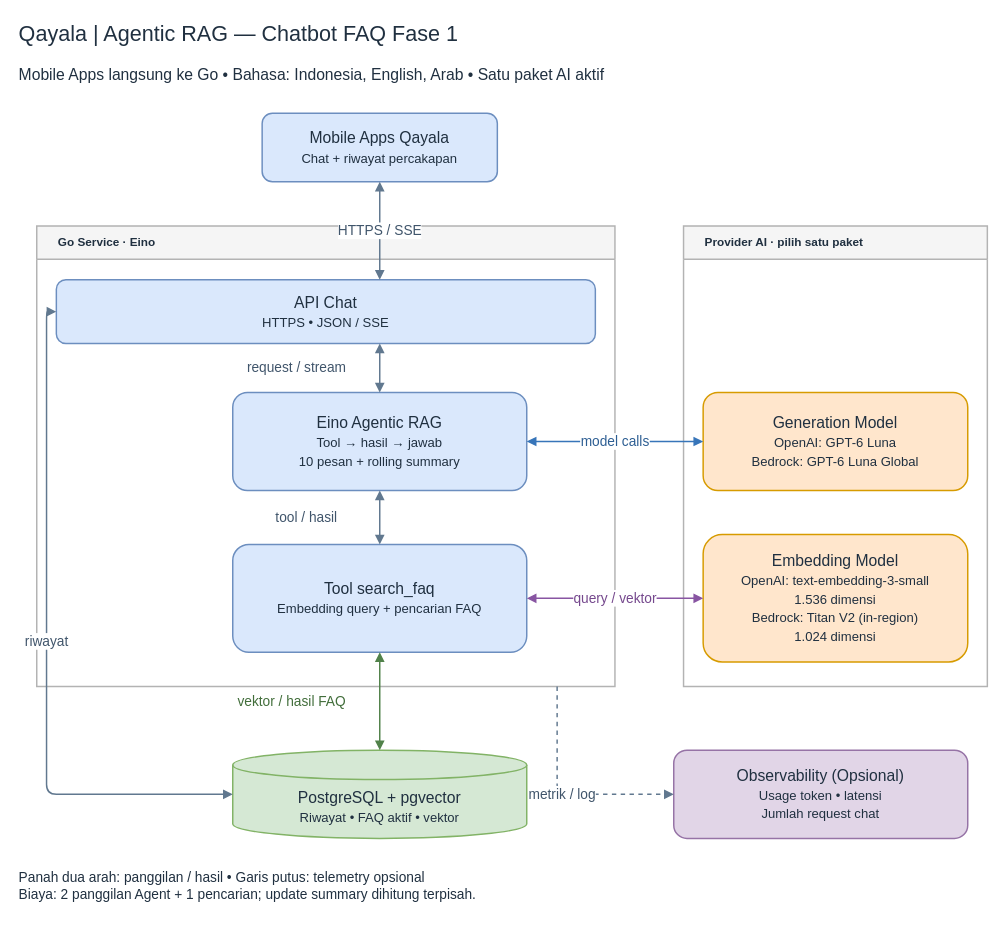
Earlier version of the draw.io diagram docs/qayala/architecture.drawio (adityapnusantara/fantastic). Source tidied: cells renumbered, new cells numbered last; positions are measured from the earlier drawing's top-left corner, leaving out a move shared by most shapes. Both pictures are drawn from the tidied source at 98%, with x=0, y=0 at pixel (17, 17).
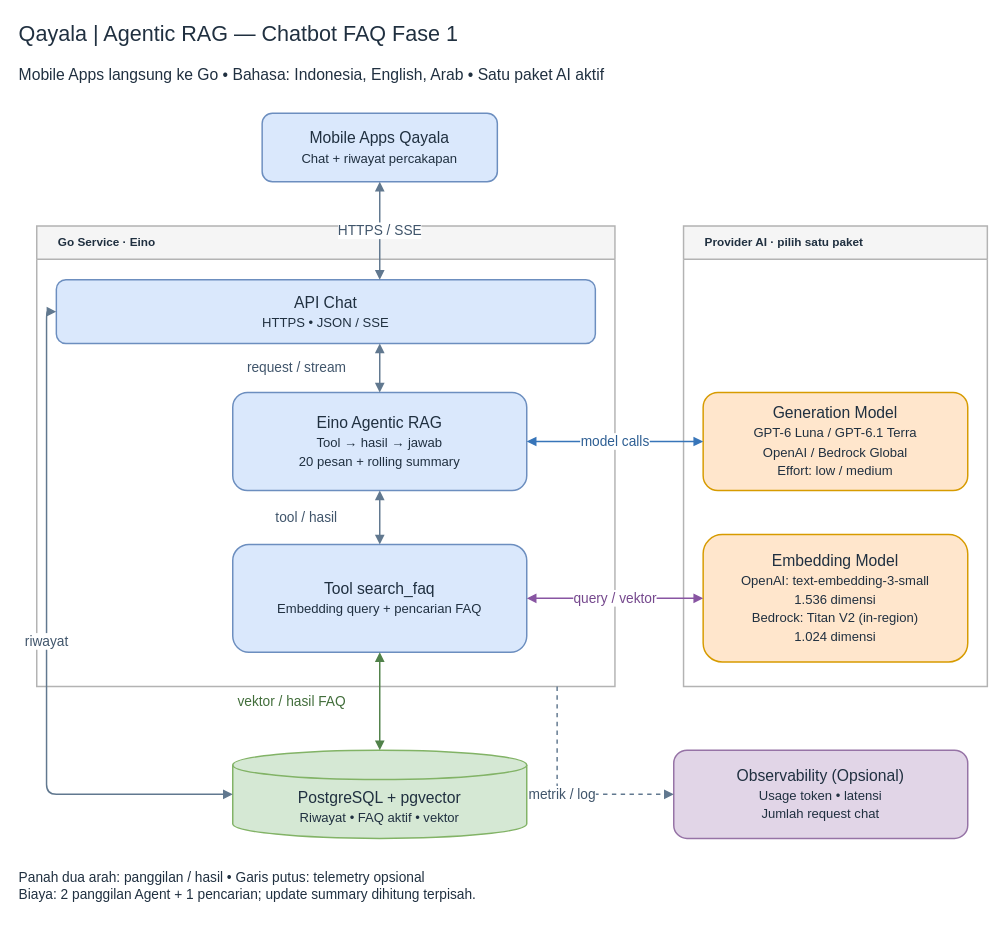
The same diagram, later.

Unchanged cells that the change refers to:
```xml
<mxCell id="5" value="Go Service · Eino" style="rounded=1;whiteSpace=wrap;html=1;fontSize=16;fontColor=#203040;fillColor=#f5f5f5;strokeColor=#b3b3b3;strokeWidth=1.5;spacing=10;swimlane;startSize=34;horizontal=1;rounded=0;align=left;spacingLeft=12;fontStyle=1;" parent="1" vertex="1">
  <mxGeometry x="20" y="213" width="590" height="470" as="geometry" />
</mxCell>
<mxCell id="9" value="Provider AI · pilih satu paket" style="rounded=1;whiteSpace=wrap;html=1;fontSize=16;fontColor=#203040;fillColor=#f5f5f5;strokeColor=#b3b3b3;strokeWidth=1.5;spacing=10;swimlane;startSize=34;horizontal=1;rounded=0;align=left;spacingLeft=12;fontStyle=1;" parent="1" vertex="1">
  <mxGeometry x="680" y="213" width="310" height="470" as="geometry" />
</mxCell>
```

Change to the diagram source:
```diff
@@
-    <mxCell id="8" value="Eino Agentic RAG&lt;br&gt;&lt;small&gt;Tool → hasil → jawab&lt;br&gt;10 pesan + rolling summary&lt;/small&gt;" style="rounded=1;whiteSpace=wrap;html=1;fontSize=16;fontColor=#203040;fillColor=#dae8fc;strokeColor=#6c8ebf;strokeWidth=1.5;spacing=10;" parent="5" vertex="1">
+    <mxCell id="8" value="Eino Agentic RAG&lt;br&gt;&lt;small&gt;Tool → hasil → jawab&lt;br&gt;20 pesan + rolling summary&lt;/small&gt;" style="rounded=1;whiteSpace=wrap;html=1;fontSize=16;fontColor=#203040;fillColor=#dae8fc;strokeColor=#6c8ebf;strokeWidth=1.5;spacing=10;" parent="5" vertex="1">
       <mxGeometry x="200" y="170" width="300" height="100" as="geometry" />
     </mxCell>
@@
-    <mxCell id="19" value="Generation Model&lt;br&gt;&lt;small&gt;OpenAI: GPT-6 Luna&lt;br&gt;Bedrock: GPT-6 Luna Global&lt;/small&gt;" style="rounded=1;whiteSpace=wrap;html=1;fontSize=16;fontColor=#203040;fillColor=#ffe6cc;strokeColor=#d79b00;strokeWidth=1.5;spacing=10;" parent="9" vertex="1">
+    <mxCell id="19" value="Generation Model&lt;br&gt;&lt;small&gt;GPT-6 Luna / GPT-6.1 Terra&lt;br&gt;OpenAI / Bedrock Global&lt;br&gt;Effort: low / medium&lt;/small&gt;" style="rounded=1;whiteSpace=wrap;html=1;fontSize=16;fontColor=#203040;fillColor=#ffe6cc;strokeColor=#d79b00;strokeWidth=1.5;spacing=10;" parent="9" vertex="1">
       <mxGeometry x="20" y="170" width="270" height="100" as="geometry" />
     </mxCell>
```
